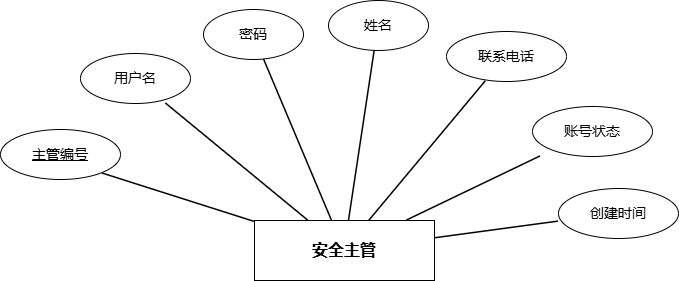
Above: docs/PaperImages/实体图/安全主管实体图.drawio.png in Dean-op/forest_fire (draw.io), before the change. Source tidied: cells renumbered, new cells last; positions are measured from the earlier drawing's top-left corner, leaving out a move shared by most shapes. The source it was exported from:
```xml
<mxGraphModel>
  <root>
    <mxCell id="0" />
    <mxCell id="1" parent="0" />
    <mxCell id="2" value="安全主管" style="shape=rectangle;whiteSpace=wrap;html=1;strokeWidth=1;fontSize=16;fontStyle=1;labelBackgroundColor=none;" parent="1" vertex="1">
      <mxGeometry x="254" y="220" width="180" height="60" as="geometry" />
    </mxCell>
    <mxCell id="3" value="&lt;u&gt;主管编号&lt;/u&gt;" style="shape=ellipse;whiteSpace=wrap;html=1;strokeWidth=1;fontSize=14;labelBackgroundColor=none;" parent="1" vertex="1">
      <mxGeometry y="129" width="120" height="50" as="geometry" />
    </mxCell>
    <mxCell id="4" value="用户名" style="shape=ellipse;whiteSpace=wrap;html=1;strokeWidth=1;fontSize=14;labelBackgroundColor=none;" parent="1" vertex="1">
      <mxGeometry x="80" y="53" width="110" height="50" as="geometry" />
    </mxCell>
    <mxCell id="5" value="密码" style="shape=ellipse;whiteSpace=wrap;html=1;strokeWidth=1;fontSize=14;labelBackgroundColor=none;" parent="1" vertex="1">
      <mxGeometry x="203" y="9" width="100" height="50" as="geometry" />
    </mxCell>
    <mxCell id="6" value="姓名" style="shape=ellipse;whiteSpace=wrap;html=1;strokeWidth=1;fontSize=14;labelBackgroundColor=none;" parent="1" vertex="1">
      <mxGeometry x="328" width="100" height="50" as="geometry" />
    </mxCell>
    <mxCell id="7" value="联系电话" style="shape=ellipse;whiteSpace=wrap;html=1;strokeWidth=1;fontSize=14;labelBackgroundColor=none;" parent="1" vertex="1">
      <mxGeometry x="446" y="31" width="120" height="50" as="geometry" />
    </mxCell>
    <mxCell id="8" value="账号状态" style="shape=ellipse;whiteSpace=wrap;html=1;strokeWidth=1;fontSize=14;labelBackgroundColor=none;" parent="1" vertex="1">
      <mxGeometry x="532" y="106" width="120" height="50" as="geometry" />
    </mxCell>
    <mxCell id="9" value="创建时间" style="shape=ellipse;whiteSpace=wrap;html=1;strokeWidth=1;fontSize=14;labelBackgroundColor=none;" parent="1" vertex="1">
      <mxGeometry x="558" y="188" width="120" height="50" as="geometry" />
    </mxCell>
    <mxCell id="10" style="endArrow=none;rounded=0;strokeWidth=1.5;labelBackgroundColor=none;fontColor=default;entryX=0.85;entryY=0.88;entryDx=0;entryDy=0;entryPerimeter=0;" parent="1" edge="1" source="2" target="3">
      <mxGeometry relative="1" as="geometry" />
    </mxCell>
    <mxCell id="11" style="endArrow=none;rounded=0;strokeWidth=1.5;labelBackgroundColor=none;fontColor=default;" parent="1" edge="1" source="2" target="4">
      <mxGeometry relative="1" as="geometry" />
    </mxCell>
    <mxCell id="12" style="endArrow=none;rounded=0;strokeWidth=1.5;labelBackgroundColor=none;fontColor=default;" parent="1" edge="1" source="2" target="5">
      <mxGeometry relative="1" as="geometry" />
    </mxCell>
    <mxCell id="13" style="endArrow=none;rounded=0;strokeWidth=1.5;labelBackgroundColor=none;fontColor=default;" parent="1" edge="1" source="2" target="6">
      <mxGeometry relative="1" as="geometry" />
    </mxCell>
    <mxCell id="14" style="endArrow=none;rounded=0;strokeWidth=1.5;labelBackgroundColor=none;fontColor=default;" parent="1" edge="1" source="2" target="7">
      <mxGeometry relative="1" as="geometry" />
    </mxCell>
    <mxCell id="15" style="endArrow=none;rounded=0;strokeWidth=1.5;labelBackgroundColor=none;fontColor=default;" parent="1" edge="1" source="2" target="8">
      <mxGeometry relative="1" as="geometry" />
    </mxCell>
    <mxCell id="16" style="endArrow=none;rounded=0;strokeWidth=1.5;labelBackgroundColor=none;fontColor=default;" parent="1" edge="1" source="2" target="9">
      <mxGeometry relative="1" as="geometry" />
    </mxCell>
  </root>
</mxGraphModel>
```
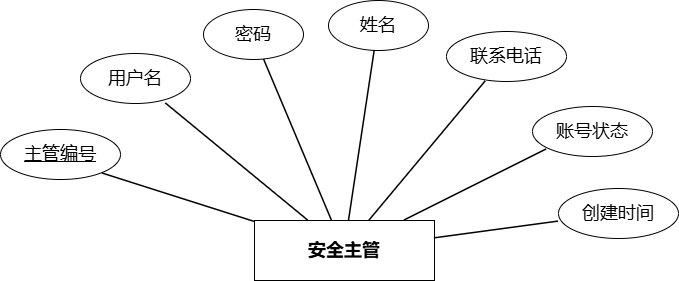
The same file after the commit.

The edit, as a diff of the source:
```diff
@@ -2,49 +2,49 @@
   <root>
     <mxCell id="0" />
     <mxCell id="1" parent="0" />
-    <mxCell id="2" value="安全主管" style="shape=rectangle;whiteSpace=wrap;html=1;strokeWidth=1;fontSize=16;fontStyle=1;labelBackgroundColor=none;" parent="1" vertex="1">
+    <mxCell id="2" value="安全主管" style="shape=rectangle;whiteSpace=wrap;html=1;strokeWidth=1;fontSize=18;fontStyle=1;labelBackgroundColor=none;" parent="1" vertex="1">
       <mxGeometry x="254" y="220" width="180" height="60" as="geometry" />
     </mxCell>
-    <mxCell id="3" value="&lt;u&gt;主管编号&lt;/u&gt;" style="shape=ellipse;whiteSpace=wrap;html=1;strokeWidth=1;fontSize=14;labelBackgroundColor=none;" parent="1" vertex="1">
+    <mxCell id="3" value="&lt;u&gt;主管编号&lt;/u&gt;" style="shape=ellipse;whiteSpace=wrap;html=1;strokeWidth=1;fontSize=18;labelBackgroundColor=none;" parent="1" vertex="1">
       <mxGeometry y="129" width="120" height="50" as="geometry" />
     </mxCell>
-    <mxCell id="4" value="用户名" style="shape=ellipse;whiteSpace=wrap;html=1;strokeWidth=1;fontSize=14;labelBackgroundColor=none;" parent="1" vertex="1">
+    <mxCell id="4" value="用户名" style="shape=ellipse;whiteSpace=wrap;html=1;strokeWidth=1;fontSize=18;labelBackgroundColor=none;" parent="1" vertex="1">
       <mxGeometry x="80" y="53" width="110" height="50" as="geometry" />
     </mxCell>
-    <mxCell id="5" value="密码" style="shape=ellipse;whiteSpace=wrap;html=1;strokeWidth=1;fontSize=14;labelBackgroundColor=none;" parent="1" vertex="1">
+    <mxCell id="5" value="密码" style="shape=ellipse;whiteSpace=wrap;html=1;strokeWidth=1;fontSize=18;labelBackgroundColor=none;" parent="1" vertex="1">
       <mxGeometry x="203" y="9" width="100" height="50" as="geometry" />
     </mxCell>
-    <mxCell id="6" value="姓名" style="shape=ellipse;whiteSpace=wrap;html=1;strokeWidth=1;fontSize=14;labelBackgroundColor=none;" parent="1" vertex="1">
+    <mxCell id="6" value="姓名" style="shape=ellipse;whiteSpace=wrap;html=1;strokeWidth=1;fontSize=18;labelBackgroundColor=none;" parent="1" vertex="1">
       <mxGeometry x="328" width="100" height="50" as="geometry" />
     </mxCell>
-    <mxCell id="7" value="联系电话" style="shape=ellipse;whiteSpace=wrap;html=1;strokeWidth=1;fontSize=14;labelBackgroundColor=none;" parent="1" vertex="1">
+    <mxCell id="7" value="联系电话" style="shape=ellipse;whiteSpace=wrap;html=1;strokeWidth=1;fontSize=18;labelBackgroundColor=none;" parent="1" vertex="1">
       <mxGeometry x="446" y="31" width="120" height="50" as="geometry" />
     </mxCell>
-    <mxCell id="8" value="账号状态" style="shape=ellipse;whiteSpace=wrap;html=1;strokeWidth=1;fontSize=14;labelBackgroundColor=none;" parent="1" vertex="1">
+    <mxCell id="8" value="账号状态" style="shape=ellipse;whiteSpace=wrap;html=1;strokeWidth=1;fontSize=18;labelBackgroundColor=none;" parent="1" vertex="1">
       <mxGeometry x="532" y="106" width="120" height="50" as="geometry" />
     </mxCell>
-    <mxCell id="9" value="创建时间" style="shape=ellipse;whiteSpace=wrap;html=1;strokeWidth=1;fontSize=14;labelBackgroundColor=none;" parent="1" vertex="1">
+    <mxCell id="9" value="创建时间" style="shape=ellipse;whiteSpace=wrap;html=1;strokeWidth=1;fontSize=18;labelBackgroundColor=none;" parent="1" vertex="1">
       <mxGeometry x="558" y="188" width="120" height="50" as="geometry" />
     </mxCell>
-    <mxCell id="10" style="endArrow=none;rounded=0;strokeWidth=1.5;labelBackgroundColor=none;fontColor=default;entryX=0.85;entryY=0.88;entryDx=0;entryDy=0;entryPerimeter=0;" parent="1" edge="1" source="2" target="3">
+    <mxCell id="10" style="endArrow=none;rounded=0;strokeWidth=1.5;labelBackgroundColor=none;fontColor=default;entryX=0.85;entryY=0.88;entryDx=0;entryDy=0;entryPerimeter=0;fontSize=18;" parent="1" edge="1" source="2" target="3">
       <mxGeometry relative="1" as="geometry" />
     </mxCell>
-    <mxCell id="11" style="endArrow=none;rounded=0;strokeWidth=1.5;labelBackgroundColor=none;fontColor=default;" parent="1" edge="1" source="2" target="4">
+    <mxCell id="11" style="endArrow=none;rounded=0;strokeWidth=1.5;labelBackgroundColor=none;fontColor=default;fontSize=18;" parent="1" edge="1" source="2" target="4">
       <mxGeometry relative="1" as="geometry" />
     </mxCell>
-    <mxCell id="12" style="endArrow=none;rounded=0;strokeWidth=1.5;labelBackgroundColor=none;fontColor=default;" parent="1" edge="1" source="2" target="5">
+    <mxCell id="12" style="endArrow=none;rounded=0;strokeWidth=1.5;labelBackgroundColor=none;fontColor=default;fontSize=18;" parent="1" edge="1" source="2" target="5">
       <mxGeometry relative="1" as="geometry" />
     </mxCell>
-    <mxCell id="13" style="endArrow=none;rounded=0;strokeWidth=1.5;labelBackgroundColor=none;fontColor=default;" parent="1" edge="1" source="2" target="6">
+    <mxCell id="13" style="endArrow=none;rounded=0;strokeWidth=1.5;labelBackgroundColor=none;fontColor=default;fontSize=18;" parent="1" edge="1" source="2" target="6">
       <mxGeometry relative="1" as="geometry" />
     </mxCell>
-    <mxCell id="14" style="endArrow=none;rounded=0;strokeWidth=1.5;labelBackgroundColor=none;fontColor=default;" parent="1" edge="1" source="2" target="7">
+    <mxCell id="14" style="endArrow=none;rounded=0;strokeWidth=1.5;labelBackgroundColor=none;fontColor=default;fontSize=18;" parent="1" edge="1" source="2" target="7">
       <mxGeometry relative="1" as="geometry" />
     </mxCell>
-    <mxCell id="15" style="endArrow=none;rounded=0;strokeWidth=1.5;labelBackgroundColor=none;fontColor=default;" parent="1" edge="1" source="2" target="8">
+    <mxCell id="15" style="endArrow=none;rounded=0;strokeWidth=1.5;labelBackgroundColor=none;fontColor=default;fontSize=18;entryX=0.117;entryY=0.86;entryDx=0;entryDy=0;entryPerimeter=0;" parent="1" edge="1" source="2" target="8">
       <mxGeometry relative="1" as="geometry" />
     </mxCell>
-    <mxCell id="16" style="endArrow=none;rounded=0;strokeWidth=1.5;labelBackgroundColor=none;fontColor=default;" parent="1" edge="1" source="2" target="9">
+    <mxCell id="16" style="endArrow=none;rounded=0;strokeWidth=1.5;labelBackgroundColor=none;fontColor=default;fontSize=18;" parent="1" edge="1" source="2" target="9">
       <mxGeometry relative="1" as="geometry" />
     </mxCell>
   </root>
```
